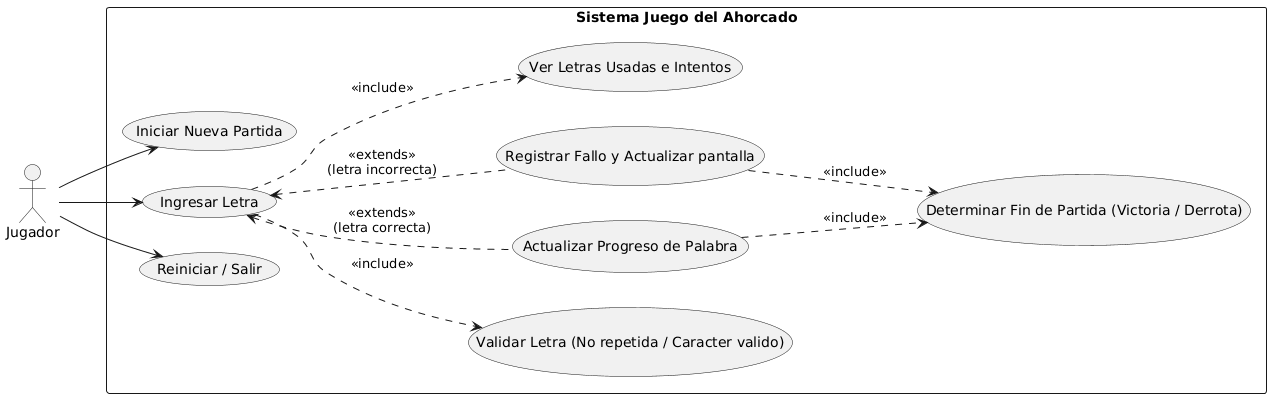
QuelaliUcatec/programacion-avanzada keeps this PlantUML diagram as examenes/microevaluacion3/docs/img/diagrama-casos-uso.png. Above is the earlier version. Source of this version:
```plantuml
@startuml
left to right direction
skinparam packageStyle rectangle

actor "Jugador" as player

rectangle "Sistema Juego del Ahorcado" {
    usecase "Iniciar Nueva Partida" as UC1
    usecase "Ingresar Letra" as UC2
    usecase "Validar Letra (No repetida / Caracter valido)" as UC3
    usecase "Actualizar Progreso de Palabra" as UC4
    usecase "Registrar Fallo y Actualizar pantalla" as UC5
    usecase "Ver Letras Usadas e Intentos" as UC6
    usecase "Determinar Fin de Partida (Victoria / Derrota)" as UC7
    usecase "Reiniciar / Salir" as UC8
}

player --> UC1
player --> UC2
player --> UC8

UC2 ..> UC3 : <<include>>
UC2 <.. UC4 : <<extends>>\n(letra correcta)
UC2 <.. UC5 : <<extends>>\n(letra incorrecta)
UC2 ..> UC6 : <<include>>

UC4 ..> UC7 : <<include>>
UC5 ..> UC7 : <<include>>
@enduml
```
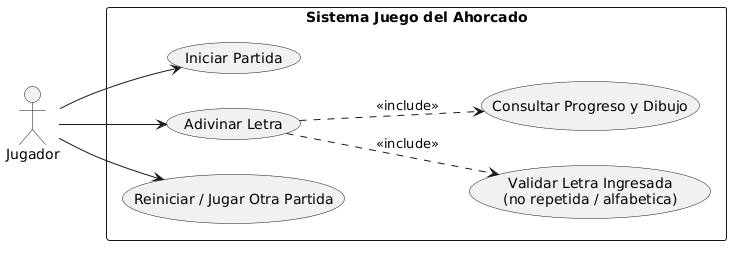
The same file after the commit.

Commit message:
diagramas nuevos - Alin Anabi

Change to the diagram source:
```diff
@@ -1,29 +1,19 @@
 @startuml
 left to right direction
-skinparam packageStyle rectangle
-
-actor "Jugador" as player
+actor "Jugador" as User
 
 rectangle "Sistema Juego del Ahorcado" {
-    usecase "Iniciar Nueva Partida" as UC1
-    usecase "Ingresar Letra" as UC2
-    usecase "Validar Letra (No repetida / Caracter valido)" as UC3
-    usecase "Actualizar Progreso de Palabra" as UC4
-    usecase "Registrar Fallo y Actualizar pantalla" as UC5
-    usecase "Ver Letras Usadas e Intentos" as UC6
-    usecase "Determinar Fin de Partida (Victoria / Derrota)" as UC7
-    usecase "Reiniciar / Salir" as UC8
+    usecase "Iniciar Partida" as UC1
+    usecase "Adivinar Letra" as UC2
+    usecase "Validar Letra Ingresada\n(no repetida / alfabetica)" as UC3
+    usecase "Consultar Progreso y Dibujo" as UC4
+    usecase "Reiniciar / Jugar Otra Partida" as UC5
 }
 
-player --> UC1
-player --> UC2
-player --> UC8
+User --> UC1
+User --> UC2
+User --> UC5
 
 UC2 ..> UC3 : <<include>>
-UC2 <.. UC4 : <<extends>>\n(letra correcta)
-UC2 <.. UC5 : <<extends>>\n(letra incorrecta)
-UC2 ..> UC6 : <<include>>
-
-UC4 ..> UC7 : <<include>>
-UC5 ..> UC7 : <<include>>
+UC2 ..> UC4 : <<include>>
 @enduml
```
